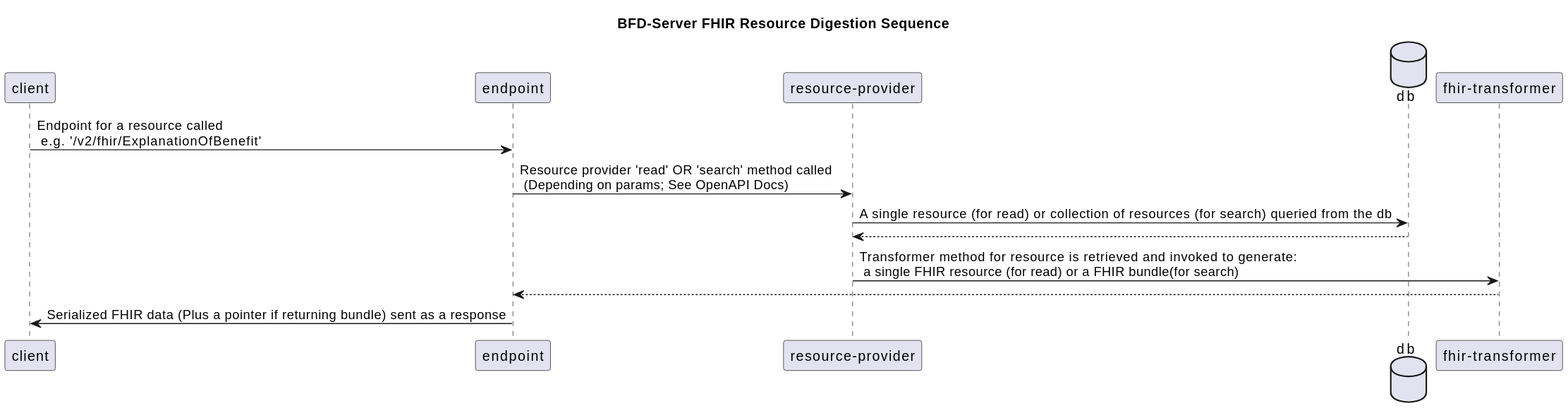
Above: docs/assets/fhir-resource-ingestion-digestion-diagrams/bfd-resource-digestion.svg in CMSgov/beneficiary-fhir-data (PlantUML), before the change. The source it was exported from:
```plantuml
@startuml
title BFD-Server FHIR Resource Digestion Sequence
participant client
participant endpoint
participant "resource-provider"
database db
participant "fhir-transformer"
client -> endpoint: Endpoint for a resource called \n e.g. '/v2/fhir/ExplanationOfBenefit'
endpoint -> "resource-provider": Resource provider 'read' OR 'search' method called \n (Depending on params; See OpenAPI Docs)
"resource-provider" -> db: A single resource (for read) or collection of resources (for search) queried from the db
db --> "resource-provider"
"resource-provider" -> "fhir-transformer": Transformer method for resource is retrieved and invoked to generate: \n a single FHIR resource (for read) or a FHIR bundle(for search)
"fhir-transformer" --> endpoint
endpoint -> client: Serialized FHIR data (Plus a pointer if returning bundle) sent as a response
@enduml
```
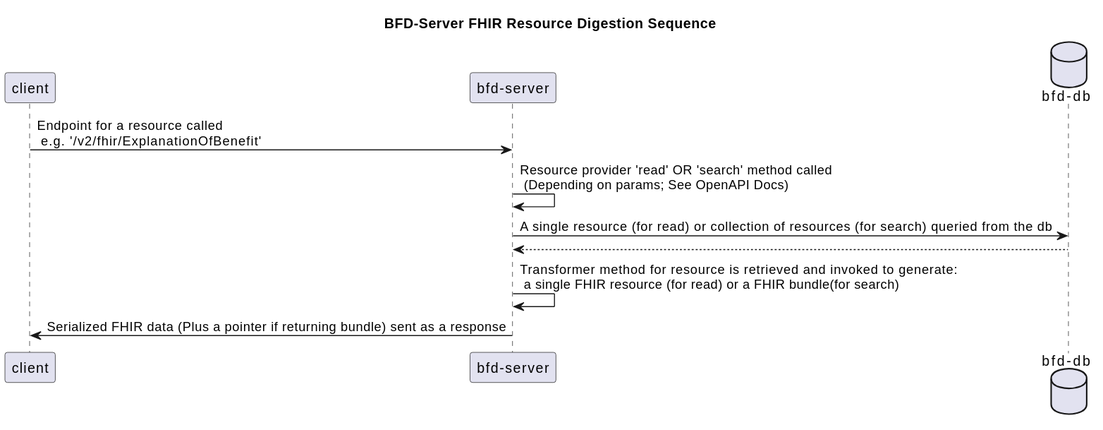
After the commit.

Commit message:
update digestion diagram for simplicity

What changed in the source:
```diff
@@ -1,15 +1,12 @@
 @startuml
 title BFD-Server FHIR Resource Digestion Sequence
 participant client
-participant endpoint
-participant "resource-provider"
-database db
-participant "fhir-transformer"
-client -> endpoint: Endpoint for a resource called \n e.g. '/v2/fhir/ExplanationOfBenefit'
-endpoint -> "resource-provider": Resource provider 'read' OR 'search' method called \n (Depending on params; See OpenAPI Docs)
-"resource-provider" -> db: A single resource (for read) or collection of resources (for search) queried from the db
-db --> "resource-provider"
-"resource-provider" -> "fhir-transformer": Transformer method for resource is retrieved and invoked to generate: \n a single FHIR resource (for read) or a FHIR bundle(for search)
-"fhir-transformer" --> endpoint
-endpoint -> client: Serialized FHIR data (Plus a pointer if returning bundle) sent as a response
+participant "bfd-server"
+database "bfd-db"
+client -> "bfd-server": Endpoint for a resource called \n e.g. '/v2/fhir/ExplanationOfBenefit'
+"bfd-server" -> "bfd-server": Resource provider 'read' OR 'search' method called \n (Depending on params; See OpenAPI Docs)
+"bfd-server" -> "bfd-db": A single resource (for read) or collection of resources (for search) queried from the db
+"bfd-db" --> "bfd-server"
+"bfd-server" -> "bfd-server": Transformer method for resource is retrieved and invoked to generate: \n a single FHIR resource (for read) or a FHIR bundle(for search)
+"bfd-server" -> client: Serialized FHIR data (Plus a pointer if returning bundle) sent as a response
 @enduml
```
